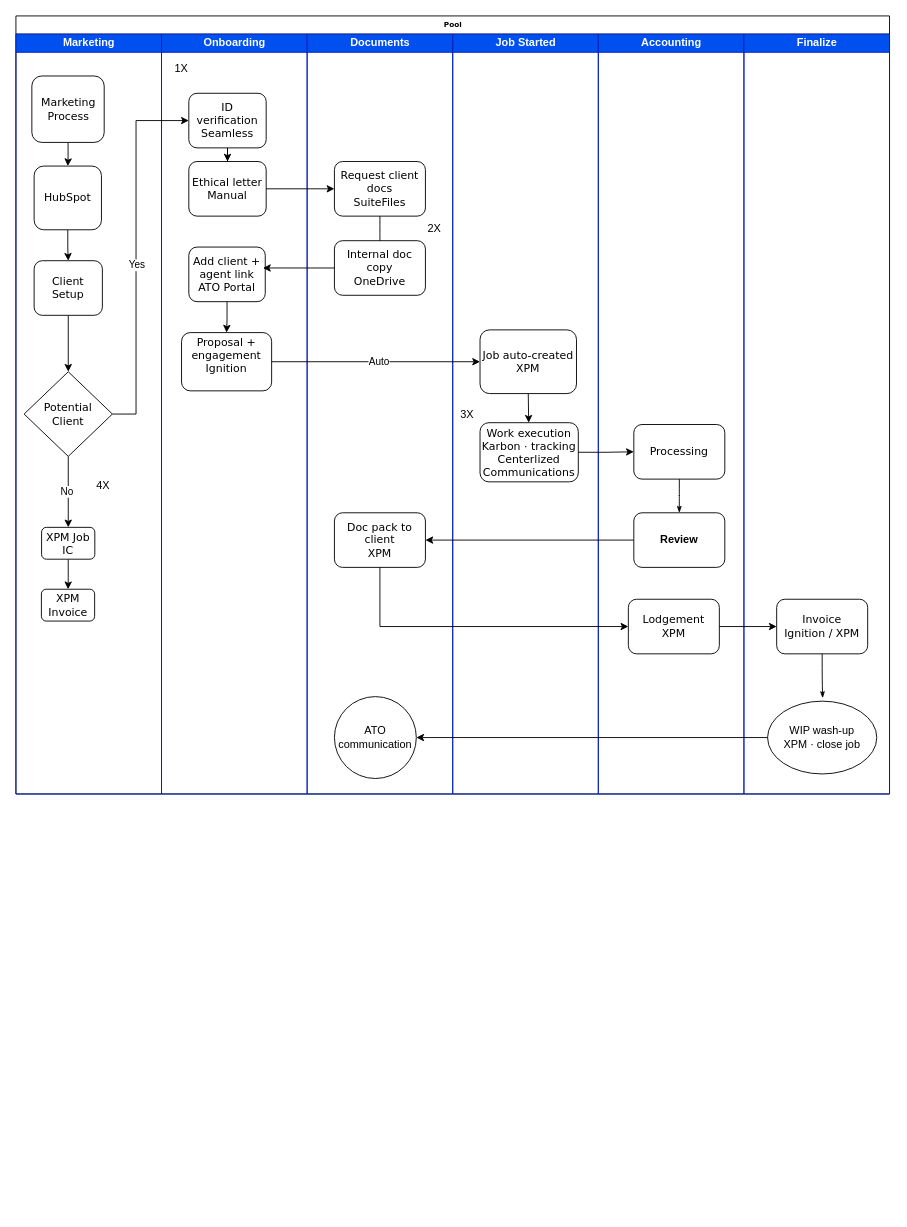
joseph-hanna/openvpn-install keeps this draw.io diagram as PTS_BusinessFlow1.drawio. Above is the earlier version. Source tidied: cells renumbered, new cells numbered last; positions are measured from the earlier drawing's top-left corner, leaving out a move shared by most shapes. Both pictures are drawn from the tidied source at 91%, with x=0, y=0 at pixel (15, 15).
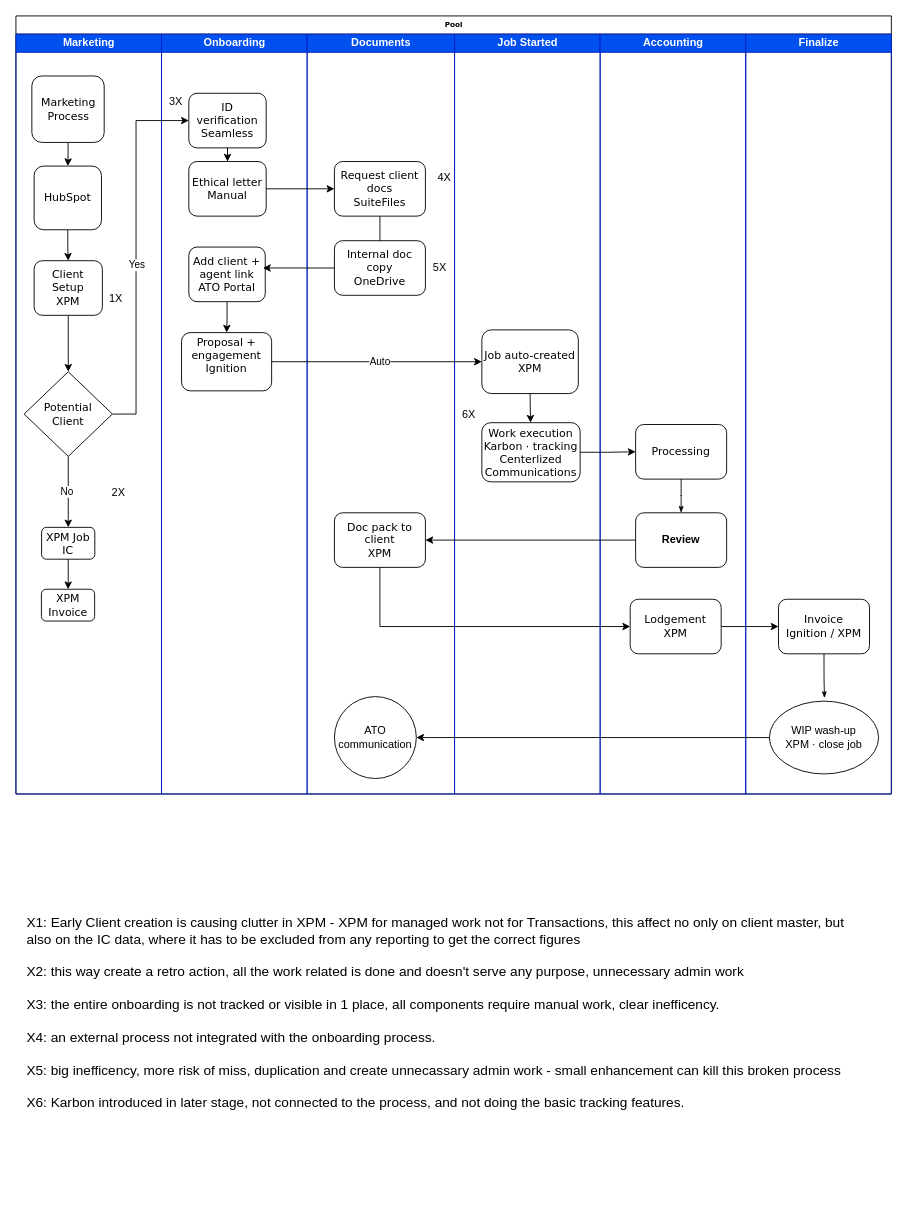
Above is the later version.

Unchanged cells that the change refers to:
```xml
<mxCell id="3" value="Marketing" style="swimlane;html=1;startSize=20;fillColor=#0050ef;fontColor=#ffffff;strokeColor=#001DBC;" parent="2" vertex="1">
  <mxGeometry y="20" width="160" height="835" as="geometry" />
</mxCell>
<mxCell id="17" value="Onboarding" style="swimlane;html=1;startSize=20;fillColor=#0050ef;fontColor=#ffffff;strokeColor=#001DBC;" parent="2" vertex="1">
  <mxGeometry x="160" y="20" width="160" height="835" as="geometry" />
</mxCell>
```

What changed in the source:
```diff
@@
     <mxCell id="2" value="Pool" style="swimlane;html=1;startSize=20;rounded=0;shadow=0;labelBackgroundColor=none;strokeWidth=1;fontFamily=Verdana;fontSize=8;align=center;" parent="1" vertex="1">
-      <mxGeometry width="960" height="855" as="geometry" />
+      <mxGeometry width="962" height="855" as="geometry" />
     </mxCell>
@@
-    <mxCell id="9" value="Client Setup" style="rounded=1;whiteSpace=wrap;html=1;shadow=0;labelBackgroundColor=none;strokeWidth=1;fontFamily=Verdana;fontSize=12;align=center;" parent="3" vertex="1">
+    <mxCell id="9" value="Client Setup&lt;br&gt;XPM" style="rounded=1;whiteSpace=wrap;html=1;shadow=0;labelBackgroundColor=none;strokeWidth=1;fontFamily=Verdana;fontSize=12;align=center;" parent="3" vertex="1">
       <mxGeometry x="20" y="249" width="75" height="60" as="geometry" />
     </mxCell>
@@
-    <mxCell id="16" value="&lt;font style=&quot;color: light-dark(rgb(0, 0, 0), rgb(255, 0, 0));&quot;&gt;4X&lt;/font&gt;" style="text;html=1;whiteSpace=wrap;strokeColor=none;fillColor=none;align=center;verticalAlign=middle;rounded=0;" parent="3" vertex="1">
-      <mxGeometry x="80" y="478" width="32" height="36" as="geometry" />
+    <mxCell id="16" value="&lt;font style=&quot;color: light-dark(rgb(0, 0, 0), rgb(255, 0, 0));&quot;&gt;1X&lt;/font&gt;" style="text;html=1;whiteSpace=wrap;strokeColor=none;fillColor=none;align=center;verticalAlign=middle;rounded=0;" parent="3" vertex="1">
+      <mxGeometry x="94" y="273" width="32" height="36" as="geometry" />
     </mxCell>
+    <mxCell id="58" value="&lt;font style=&quot;color: light-dark(rgb(0, 0, 0), rgb(255, 0, 0));&quot;&gt;2X&lt;/font&gt;" style="text;html=1;whiteSpace=wrap;strokeColor=none;fillColor=none;align=center;verticalAlign=middle;rounded=0;" parent="3" vertex="1">
+      <mxGeometry x="97" y="486" width="32" height="36" as="geometry" />
+    </mxCell>
@@
-    <mxCell id="24" value="&lt;font style=&quot;color: light-dark(rgb(0, 0, 0), rgb(255, 0, 0));&quot;&gt;1X&lt;/font&gt;" style="text;html=1;whiteSpace=wrap;strokeColor=none;fillColor=none;align=center;verticalAlign=middle;rounded=0;" parent="17" vertex="1">
-      <mxGeometry x="6" y="20" width="32" height="36" as="geometry" />
+    <mxCell id="24" value="&lt;font style=&quot;color: light-dark(rgb(0, 0, 0), rgb(255, 0, 0));&quot;&gt;3X&lt;/font&gt;" style="text;html=1;whiteSpace=wrap;strokeColor=none;fillColor=none;align=center;verticalAlign=middle;rounded=0;" parent="17" vertex="1">
+      <mxGeometry y="56" width="32" height="36" as="geometry" />
     </mxCell>
     <mxCell id="25" value="Documents" style="swimlane;html=1;startSize=20;fillColor=#0050ef;fontColor=#ffffff;strokeColor=#001DBC;" parent="2" vertex="1">
-      <mxGeometry x="320" y="20" width="160" height="835" as="geometry" />
+      <mxGeometry x="320" y="20" width="162" height="835" as="geometry" />
     </mxCell>
@@
-    <mxCell id="31" value="&lt;font style=&quot;color: light-dark(rgb(0, 0, 0), rgb(255, 0, 0));&quot;&gt;2X&lt;/font&gt;" style="text;html=1;whiteSpace=wrap;strokeColor=none;fillColor=none;align=center;verticalAlign=middle;rounded=0;" parent="25" vertex="1">
-      <mxGeometry x="124" y="196" width="32" height="36" as="geometry" />
-    </mxCell>
+    <mxCell id="59" value="&lt;font style=&quot;color: light-dark(rgb(0, 0, 0), rgb(255, 0, 0));&quot;&gt;5X&lt;/font&gt;" style="text;html=1;whiteSpace=wrap;strokeColor=none;fillColor=none;align=center;verticalAlign=middle;rounded=0;" parent="25" vertex="1">
+      <mxGeometry x="130" y="239" width="32" height="36" as="geometry" />
+    </mxCell>
     <mxCell id="32" value="Job Started" style="swimlane;html=1;startSize=20;fillColor=#0050ef;fontColor=#ffffff;strokeColor=#001DBC;" parent="2" vertex="1">
-      <mxGeometry x="480" y="20" width="160" height="835" as="geometry" />
+      <mxGeometry x="482" y="20" width="160" height="835" as="geometry" />
     </mxCell>
@@
-    <mxCell id="37" value="&lt;font style=&quot;color: light-dark(rgb(0, 0, 0), rgb(255, 0, 0));&quot;&gt;3X&lt;/font&gt;" style="text;html=1;whiteSpace=wrap;strokeColor=none;fillColor=none;align=center;verticalAlign=middle;rounded=0;" parent="32" vertex="1">
+    <mxCell id="37" value="&lt;font style=&quot;color: light-dark(rgb(0, 0, 0), rgb(255, 0, 0));&quot;&gt;6X&lt;/font&gt;" style="text;html=1;whiteSpace=wrap;strokeColor=none;fillColor=none;align=center;verticalAlign=middle;rounded=0;" parent="32" vertex="1">
       <mxGeometry y="399.5" width="32" height="36" as="geometry" />
     </mxCell>
+    <mxCell id="31" value="&lt;font style=&quot;color: light-dark(rgb(0, 0, 0), rgb(255, 0, 0));&quot;&gt;4X&lt;/font&gt;" style="text;html=1;whiteSpace=wrap;strokeColor=none;fillColor=none;align=center;verticalAlign=middle;rounded=0;" parent="32" vertex="1">
+      <mxGeometry x="-27" y="140" width="32" height="36" as="geometry" />
+    </mxCell>
     <mxCell id="38" value="Accounting" style="swimlane;html=1;startSize=20;fillColor=#0050ef;fontColor=#ffffff;strokeColor=#001DBC;" parent="2" vertex="1">
-      <mxGeometry x="640" y="20" width="160" height="835" as="geometry" />
+      <mxGeometry x="642" y="20" width="160" height="835" as="geometry" />
     </mxCell>
@@
     <mxCell id="43" value="Finalize" style="swimlane;html=1;startSize=20;fillColor=#0050ef;fontColor=#ffffff;strokeColor=#001DBC;" parent="2" vertex="1">
-      <mxGeometry x="800" y="20" width="160" height="835" as="geometry" />
+      <mxGeometry x="802" y="20" width="160" height="835" as="geometry" />
     </mxCell>
@@
+    <mxCell id="60" value="X1: Early Client creation is causing clutter in XPM - XPM for managed work not for Transactions, this affect no only on client master, but also on the IC data, where it has to be excluded from any reporting to get the correct figures&lt;br&gt;&lt;br&gt;X2: this way create a retro action, all the work related is done and doesn't serve any purpose, unnecessary admin work&lt;br&gt;&lt;br&gt;X3: the entire onboarding is not tracked or visible in 1 place, all components require manual work, clear inefficency.&lt;br&gt;&lt;br&gt;X4: an external process not integrated with the onboarding process.&lt;br&gt;&lt;br&gt;X5: big inefficency, more risk of miss, duplication and create unnecassary admin work - small enhancement can kill this broken process&lt;div&gt;&lt;br&gt;&lt;/div&gt;&lt;div&gt;X6: Karbon introduced in later stage, not connected to the process, and not doing the basic tracking features.&lt;br&gt;&lt;div&gt;&lt;br&gt;&lt;/div&gt;&lt;/div&gt;" style="text;html=1;whiteSpace=wrap;strokeColor=none;fillColor=none;align=left;verticalAlign=middle;rounded=0;fontSize=15;" parent="1" vertex="1">
+      <mxGeometry x="10" y="895" width="925" height="418" as="geometry" />
+    </mxCell>
```
